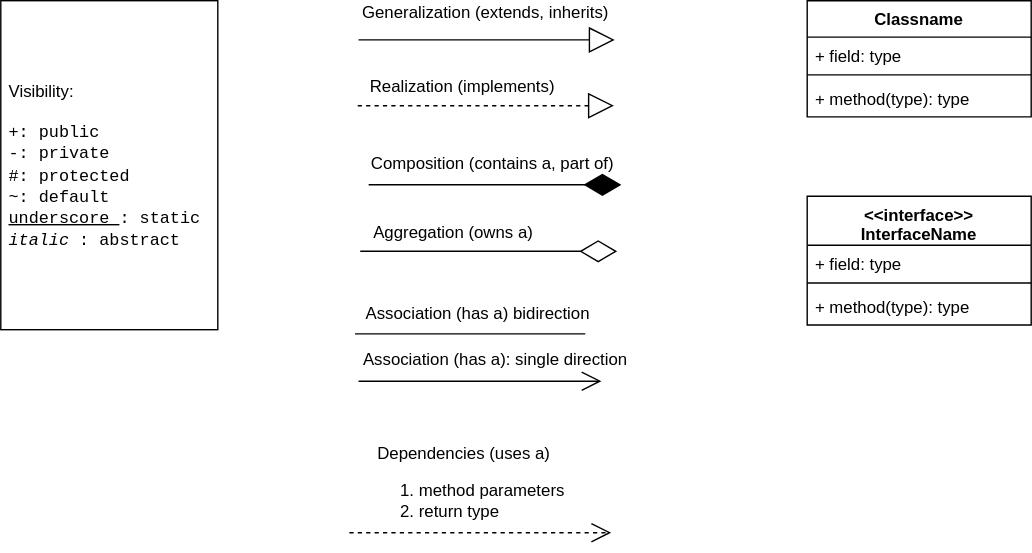
yangdj/tf_docs keeps this draw.io diagram as files/drawio/uml.drawio.svg. Above is the earlier version. Source tidied: cells renumbered, new cells last; positions are measured from the earlier drawing's top-left corner, leaving out a move shared by most shapes. Source of this version:
```xml
<mxGraphModel>
  <root>
    <mxCell id="0" />
    <mxCell id="1" parent="0" />
    <mxCell id="2" value="Visibility:&lt;br&gt;&lt;br&gt;&lt;font face=&quot;Courier New&quot;&gt;+: public&lt;br&gt;-: private&lt;br&gt;#: protected&lt;br&gt;~: default&lt;br&gt;&lt;u&gt;underscore&lt;/u&gt;: static&lt;br&gt;&lt;i&gt;italic&lt;/i&gt;: abstract&lt;br&gt;&lt;/font&gt;" style="html=1;align=left;spacingLeft=4;" parent="1" vertex="1">
      <mxGeometry width="155" height="235" as="geometry" />
    </mxCell>
    <mxCell id="3" style="endArrow=block;endSize=16;endFill=0;html=1;" parent="1" edge="1">
      <mxGeometry x="-0.55" y="36" relative="1" as="geometry">
        <mxPoint x="255.5" y="28" as="sourcePoint" />
        <mxPoint x="438.6" y="28" as="targetPoint" />
      </mxGeometry>
    </mxCell>
    <mxCell id="4" value="&lt;span style=&quot;background-color: rgb(255 , 255 , 255)&quot;&gt;&lt;font style=&quot;font-size: 12px&quot;&gt;Generalization (extends, inherits)&lt;/font&gt;&lt;/span&gt;" style="text;html=1;align=center;verticalAlign=middle;" parent="1" vertex="1">
      <mxGeometry x="253" width="186" height="18" as="geometry" />
    </mxCell>
    <mxCell id="5" value="Realization (implements)" style="text;html=1;strokeColor=none;fillColor=none;align=center;verticalAlign=middle;whiteSpace=wrap;rounded=0;" parent="1" vertex="1">
      <mxGeometry x="258.6" y="52" width="142" height="20" as="geometry" />
    </mxCell>
    <mxCell id="6" value="Association (has a) bidirection" style="text;html=1;strokeColor=none;fillColor=none;align=center;verticalAlign=middle;whiteSpace=wrap;rounded=0;" parent="1" vertex="1">
      <mxGeometry x="256.2" y="214" width="170.5" height="20" as="geometry" />
    </mxCell>
    <mxCell id="7" style="line;strokeWidth=1;fillColor=none;align=left;verticalAlign=middle;spacingTop=-1;spacingLeft=3;spacingRight=3;labelPosition=right;" parent="1" vertex="1">
      <mxGeometry x="253" y="234" width="164.5" height="8" as="geometry" />
    </mxCell>
    <mxCell id="8" style="endArrow=open;endFill=1;endSize=12;html=1;" parent="1" edge="1">
      <mxGeometry relative="1" as="geometry">
        <mxPoint x="255.6" y="271.8" as="sourcePoint" />
        <mxPoint x="429" y="271.8" as="targetPoint" />
      </mxGeometry>
    </mxCell>
    <mxCell id="9" value="Association (has a): single direction" style="text;html=1;align=center;verticalAlign=middle;" parent="1" vertex="1">
      <mxGeometry x="253" y="248" width="199" height="18" as="geometry" />
    </mxCell>
    <mxCell id="10" style="endArrow=diamondThin;endFill=1;endSize=24;html=1;" parent="1" edge="1">
      <mxGeometry relative="1" as="geometry">
        <mxPoint x="262.8" y="131.5" as="sourcePoint" />
        <mxPoint x="443.2" y="131.5" as="targetPoint" />
      </mxGeometry>
    </mxCell>
    <mxCell id="11" value="Composition (contains a, part of)" style="text;html=1;align=center;verticalAlign=middle;" parent="1" vertex="1">
      <mxGeometry x="259" y="108.2" width="183" height="18" as="geometry" />
    </mxCell>
    <mxCell id="12" style="endArrow=diamondThin;endFill=0;endSize=24;html=1;" parent="1" edge="1">
      <mxGeometry relative="1" as="geometry">
        <mxPoint x="256.8" y="179" as="sourcePoint" />
        <mxPoint x="440.2" y="179" as="targetPoint" />
      </mxGeometry>
    </mxCell>
    <mxCell id="13" value="Aggregation (owns a)" style="text;html=1;align=center;verticalAlign=middle;" parent="1" vertex="1">
      <mxGeometry x="261.2" y="157" width="124" height="18" as="geometry" />
    </mxCell>
    <mxCell id="14" style="endArrow=block;endSize=16;endFill=0;html=1;dashed=1;" parent="1" edge="1">
      <mxGeometry x="-0.55" y="36" relative="1" as="geometry">
        <mxPoint x="255" y="75" as="sourcePoint" />
        <mxPoint x="438" y="75" as="targetPoint" />
      </mxGeometry>
    </mxCell>
    <mxCell id="15" value="Classname" style="swimlane;fontStyle=1;align=center;verticalAlign=top;horizontal=1;startSize=26;" parent="1" vertex="1">
      <mxGeometry x="576" width="160" height="83" as="geometry" />
    </mxCell>
    <mxCell id="16" value="+ field: type" style="text;strokeColor=none;fillColor=none;align=left;verticalAlign=top;spacingLeft=4;spacingRight=4;overflow=hidden;" parent="15" vertex="1">
      <mxGeometry y="26" width="160" height="23" as="geometry" />
    </mxCell>
    <mxCell id="17" style="line;strokeWidth=1;fillColor=none;align=left;verticalAlign=middle;spacingTop=-1;spacingLeft=3;spacingRight=3;labelPosition=right;" parent="15" vertex="1">
      <mxGeometry y="49" width="160" height="8" as="geometry" />
    </mxCell>
    <mxCell id="18" value="+ method(type): type" style="text;strokeColor=none;fillColor=none;align=left;verticalAlign=top;spacingLeft=4;spacingRight=4;overflow=hidden;" parent="15" vertex="1">
      <mxGeometry y="57" width="160" height="26" as="geometry" />
    </mxCell>
    <mxCell id="19" value="&lt;&lt;interface&gt;&gt;&#10;InterfaceName" style="swimlane;fontStyle=1;align=center;verticalAlign=top;horizontal=1;startSize=35;" parent="1" vertex="1">
      <mxGeometry x="576" y="139.7" width="160" height="92" as="geometry" />
    </mxCell>
    <mxCell id="20" value="+ field: type" style="text;strokeColor=none;fillColor=none;align=left;verticalAlign=top;spacingLeft=4;spacingRight=4;overflow=hidden;" parent="19" vertex="1">
      <mxGeometry y="35" width="160" height="23" as="geometry" />
    </mxCell>
    <mxCell id="21" style="line;strokeWidth=1;fillColor=none;align=left;verticalAlign=middle;spacingTop=-1;spacingLeft=3;spacingRight=3;labelPosition=right;" parent="19" vertex="1">
      <mxGeometry y="58" width="160" height="8" as="geometry" />
    </mxCell>
    <mxCell id="22" value="+ method(type): type" style="text;strokeColor=none;fillColor=none;align=left;verticalAlign=top;spacingLeft=4;spacingRight=4;overflow=hidden;" parent="19" vertex="1">
      <mxGeometry y="66" width="160" height="26" as="geometry" />
    </mxCell>
    <mxCell id="23" style="group;" parent="1" vertex="1">
      <mxGeometry x="249" y="315" width="187" height="70" as="geometry" />
    </mxCell>
    <mxCell id="24" style="endArrow=open;endFill=1;endSize=12;html=1;dashed=1;" parent="23" edge="1">
      <mxGeometry relative="1" as="geometry">
        <mxPoint y="65" as="sourcePoint" />
        <mxPoint x="187" y="65" as="targetPoint" />
      </mxGeometry>
    </mxCell>
    <mxCell id="25" value="&lt;div style=&quot;text-align: center&quot;&gt;&lt;span&gt;Dependencies (uses a)&lt;/span&gt;&lt;/div&gt;&lt;ol&gt;&lt;li&gt;method parameters&lt;/li&gt;&lt;li&gt;return type&lt;/li&gt;&lt;/ol&gt;" style="text;html=1;align=left;verticalAlign=middle;" parent="23" vertex="1">
      <mxGeometry x="8.2" width="154" height="70" as="geometry" />
    </mxCell>
  </root>
</mxGraphModel>
```
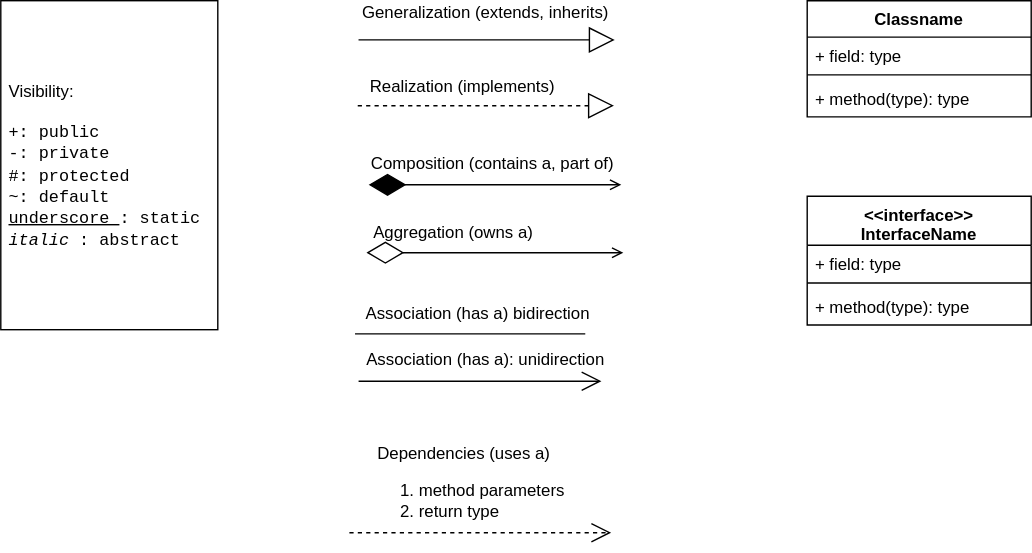
After the commit.

Change to the diagram source:
```diff
@@ -29,22 +29,22 @@
         <mxPoint x="429" y="271.8" as="targetPoint" />
       </mxGeometry>
     </mxCell>
-    <mxCell id="9" value="Association (has a): single direction" style="text;html=1;align=center;verticalAlign=middle;" parent="1" vertex="1">
-      <mxGeometry x="253" y="248" width="199" height="18" as="geometry" />
+    <mxCell id="9" value="Association (has a): unidirection" style="text;html=1;align=center;verticalAlign=middle;" parent="1" vertex="1">
+      <mxGeometry x="256" y="248" width="180" height="18" as="geometry" />
     </mxCell>
-    <mxCell id="10" style="endArrow=diamondThin;endFill=1;endSize=24;html=1;" parent="1" edge="1">
+    <mxCell id="10" style="endArrow=diamondThin;endFill=1;endSize=24;html=1;startArrow=open;startFill=0;" parent="1" edge="1">
       <mxGeometry relative="1" as="geometry">
-        <mxPoint x="262.8" y="131.5" as="sourcePoint" />
-        <mxPoint x="443.2" y="131.5" as="targetPoint" />
+        <mxPoint x="443.2" y="131.5" as="sourcePoint" />
+        <mxPoint x="262.8" y="131.5" as="targetPoint" />
       </mxGeometry>
     </mxCell>
     <mxCell id="11" value="Composition (contains a, part of)" style="text;html=1;align=center;verticalAlign=middle;" parent="1" vertex="1">
       <mxGeometry x="259" y="108.2" width="183" height="18" as="geometry" />
     </mxCell>
-    <mxCell id="12" style="endArrow=diamondThin;endFill=0;endSize=24;html=1;" parent="1" edge="1">
+    <mxCell id="12" style="endArrow=diamondThin;endFill=0;endSize=24;html=1;startArrow=open;startFill=0;" parent="1" edge="1">
       <mxGeometry relative="1" as="geometry">
-        <mxPoint x="256.8" y="179" as="sourcePoint" />
-        <mxPoint x="440.2" y="179" as="targetPoint" />
+        <mxPoint x="444.7" y="180" as="sourcePoint" />
+        <mxPoint x="261.2" y="180" as="targetPoint" />
       </mxGeometry>
     </mxCell>
     <mxCell id="13" value="Aggregation (owns a)" style="text;html=1;align=center;verticalAlign=middle;" parent="1" vertex="1">
```
